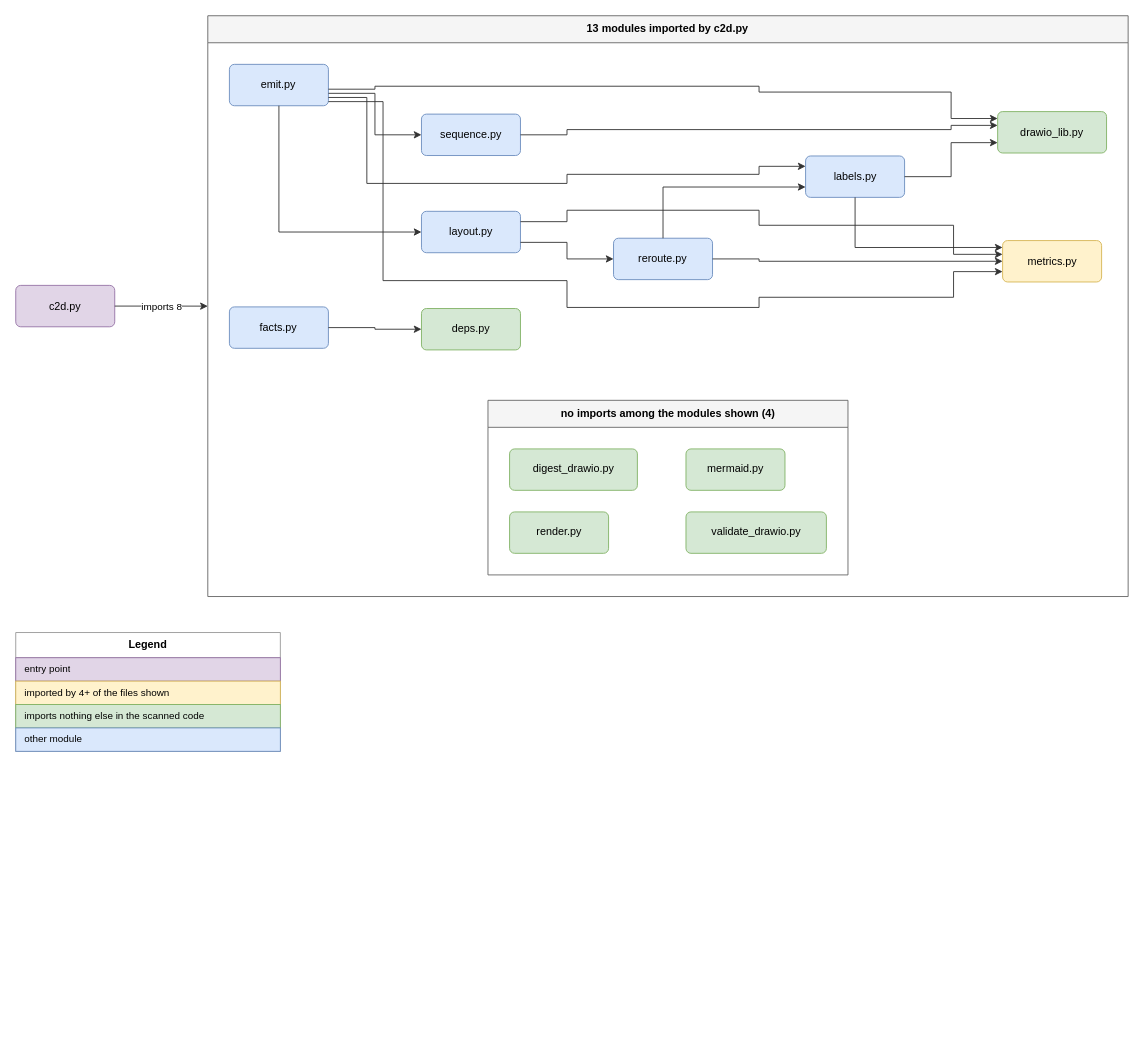
Above: examples/import-graph/import-graph.drawio in AIPris/code-to-diagram (draw.io), before the change. Source tidied: cells renumbered, new cells numbered last; positions are measured from the earlier drawing's top-left corner, leaving out a move shared by most shapes. Both pictures are drawn from the tidied source at 90%, with x=0, y=0 at pixel (15, 15).
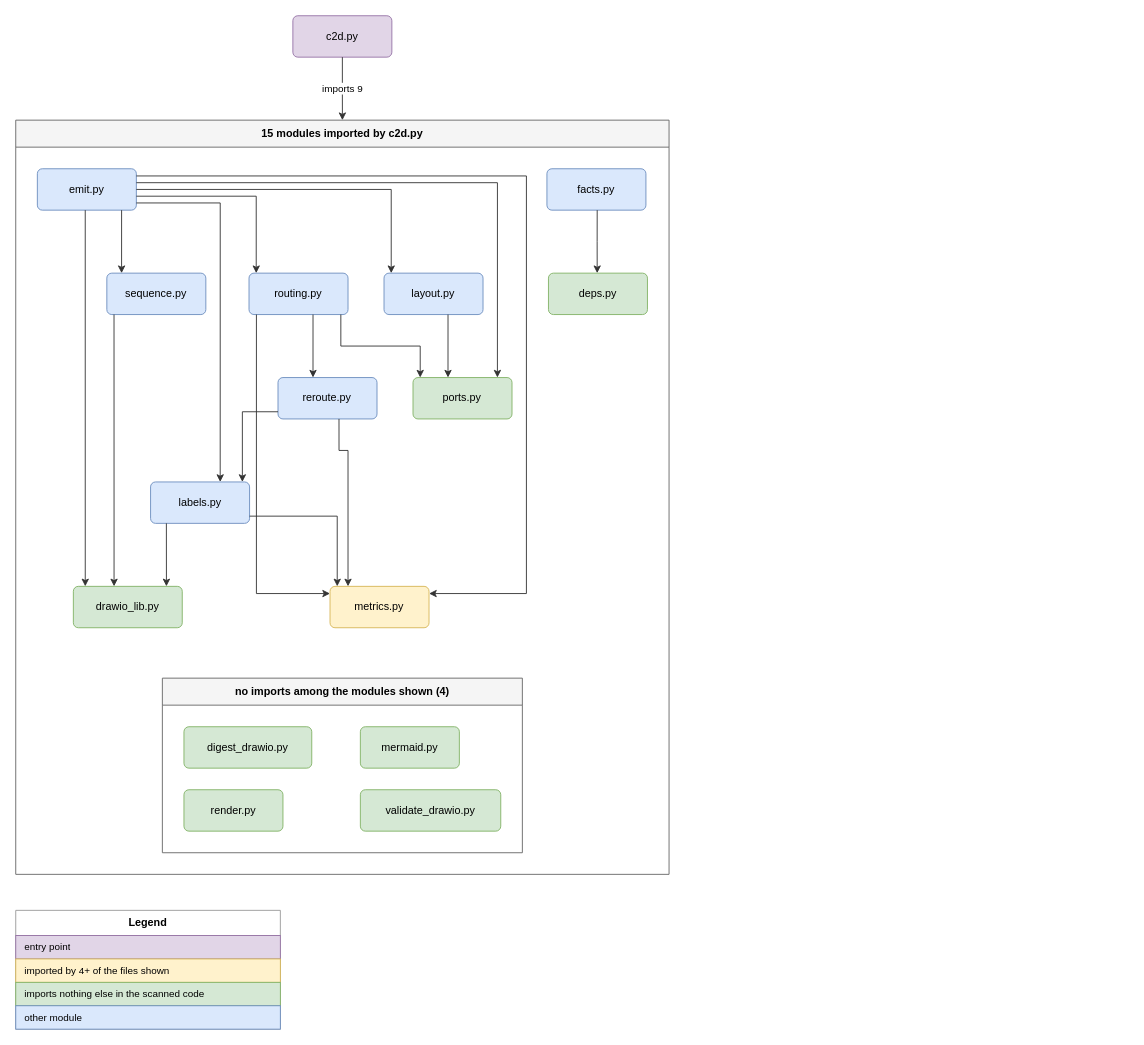
After the change.

Unchanged cells that the change refers to:
```xml
<mxCell id="6" value="emit.py" style="rounded=1;whiteSpace=wrap;html=1;arcSize=12;fillColor=#dae8fc;strokeColor=#6c8ebf;fontSize=12;" parent="2" vertex="1">
  <mxGeometry x="24" y="54" width="110" height="46" as="geometry" />
</mxCell>
```

Diff of the diagram source:
```diff
@@
-    <mxCell id="2" value="13 modules imported by c2d.py" style="swimlane;fontStyle=1;startSize=30;html=1;whiteSpace=wrap;fillColor=#f5f5f5;strokeColor=#666666;swimlaneFillColor=none;" parent="1" vertex="1">
-      <mxGeometry x="213.4" width="1022.6" height="645.3" as="geometry" />
+    <mxCell id="2" value="15 modules imported by c2d.py" style="swimlane;fontStyle=1;startSize=30;html=1;whiteSpace=wrap;fillColor=#f5f5f5;strokeColor=#666666;swimlaneFillColor=none;" parent="1" vertex="1">
+      <mxGeometry y="116" width="725.9" height="838" as="geometry" />
     </mxCell>
     <mxCell id="3" value="no imports among the modules shown (4)" style="swimlane;fontStyle=1;startSize=30;html=1;whiteSpace=wrap;fillColor=#f5f5f5;strokeColor=#666666;swimlaneFillColor=none;" parent="2" vertex="1">
-      <mxGeometry x="311.3" y="427.3" width="400" height="194" as="geometry" />
+      <mxGeometry x="162.9" y="620" width="400" height="194" as="geometry" />
     </mxCell>
     <mxCell id="4" value="deps.py" style="rounded=1;whiteSpace=wrap;html=1;arcSize=12;fillColor=#d5e8d4;strokeColor=#82b366;fontSize=12;" parent="2" vertex="1">
-      <mxGeometry x="237.4" y="325.3" width="110" height="46" as="geometry" />
+      <mxGeometry x="591.9" y="170" width="110" height="46" as="geometry" />
     </mxCell>
     <mxCell id="5" value="drawio_lib.py" style="rounded=1;whiteSpace=wrap;html=1;arcSize=12;fillColor=#d5e8d4;strokeColor=#82b366;fontSize=12;" parent="2" vertex="1">
-      <mxGeometry x="877.6" y="106.5" width="121" height="46" as="geometry" />
+      <mxGeometry x="64" y="518" width="121" height="46" as="geometry" />
     </mxCell>
@@
     <mxCell id="7" value="facts.py" style="rounded=1;whiteSpace=wrap;html=1;arcSize=12;fillColor=#dae8fc;strokeColor=#6c8ebf;fontSize=12;" parent="2" vertex="1">
-      <mxGeometry x="24" y="323.5" width="110" height="46" as="geometry" />
+      <mxGeometry x="590.2" y="54" width="110" height="46" as="geometry" />
     </mxCell>
     <mxCell id="8" value="labels.py" style="rounded=1;whiteSpace=wrap;html=1;arcSize=12;fillColor=#dae8fc;strokeColor=#6c8ebf;fontSize=12;" parent="2" vertex="1">
-      <mxGeometry x="664.2" y="155.8" width="110" height="46" as="geometry" />
+      <mxGeometry x="149.8" y="402" width="110" height="46" as="geometry" />
     </mxCell>
     <mxCell id="9" value="layout.py" style="rounded=1;whiteSpace=wrap;html=1;arcSize=12;fillColor=#dae8fc;strokeColor=#6c8ebf;fontSize=12;" parent="2" vertex="1">
-      <mxGeometry x="237.4" y="217.3" width="110" height="46" as="geometry" />
+      <mxGeometry x="409.2" y="170" width="110" height="46" as="geometry" />
     </mxCell>
     <mxCell id="10" value="metrics.py" style="rounded=1;whiteSpace=wrap;html=1;arcSize=12;fillColor=#fff2cc;strokeColor=#d6b656;fontSize=12;" parent="2" vertex="1">
-      <mxGeometry x="883.1" y="249.8" width="110" height="46" as="geometry" />
+      <mxGeometry x="349.2" y="518" width="110" height="46" as="geometry" />
     </mxCell>
+    <mxCell id="37" value="ports.py" style="rounded=1;whiteSpace=wrap;html=1;arcSize=12;fillColor=#d5e8d4;strokeColor=#82b366;fontSize=12;" parent="2" vertex="1">
+      <mxGeometry x="441.4" y="286" width="110" height="46" as="geometry" />
+    </mxCell>
     <mxCell id="11" value="reroute.py" style="rounded=1;whiteSpace=wrap;html=1;arcSize=12;fillColor=#dae8fc;strokeColor=#6c8ebf;fontSize=12;" parent="2" vertex="1">
-      <mxGeometry x="450.8" y="247.2" width="110" height="46" as="geometry" />
+      <mxGeometry x="291.4" y="286" width="110" height="46" as="geometry" />
     </mxCell>
+    <mxCell id="38" value="routing.py" style="rounded=1;whiteSpace=wrap;html=1;arcSize=12;fillColor=#dae8fc;strokeColor=#6c8ebf;fontSize=12;" parent="2" vertex="1">
+      <mxGeometry x="259.2" y="170" width="110" height="46" as="geometry" />
+    </mxCell>
     <mxCell id="12" value="sequence.py" style="rounded=1;whiteSpace=wrap;html=1;arcSize=12;fillColor=#dae8fc;strokeColor=#6c8ebf;fontSize=12;" parent="2" vertex="1">
-      <mxGeometry x="237.4" y="109.3" width="110" height="46" as="geometry" />
+      <mxGeometry x="101.2" y="170" width="110" height="46" as="geometry" />
     </mxCell>
@@
     <mxCell id="17" value="c2d.py" style="rounded=1;whiteSpace=wrap;html=1;arcSize=12;fillColor=#e1d5e7;strokeColor=#9673a6;fontSize=12;" parent="1" vertex="1">
-      <mxGeometry y="299.6" width="110" height="46" as="geometry" />
+      <mxGeometry x="307.9" width="110" height="46" as="geometry" />
     </mxCell>
-    <mxCell id="18" value="imports 8" style="edgeStyle=orthogonalEdgeStyle;rounded=0;html=1;strokeColor=#333333;fontSize=11;labelBackgroundColor=#ffffff;endArrow=classic;exitX=1.000;exitY=0.500;exitDx=0;exitDy=0;entryX=0.000;entryY=0.500;entryDx=0;entryDy=0;" parent="1" edge="1" source="17" target="2">
-      <mxGeometry relative="1" as="geometry" />
-    </mxCell>
-    <mxCell id="19" style="edgeStyle=orthogonalEdgeStyle;rounded=0;html=1;strokeColor=#333333;fontSize=11;labelBackgroundColor=#ffffff;endArrow=classic;exitX=1.000;exitY=0.600;exitDx=0;exitDy=0;entryX=0.000;entryY=0.167;entryDx=0;entryDy=0;" parent="1" edge="1" source="6" target="5">
-      <mxGeometry relative="1" as="geometry">
-        <Array as="points">
-          <mxPoint x="399.1" y="81.6" />
-          <mxPoint x="399.1" y="78.3" />
-          <mxPoint x="825.9" y="79.5" />
-          <mxPoint x="825.9" y="84.8" />
-          <mxPoint x="1039.3" y="84.8" />
-          <mxPoint x="1039.3" y="114.2" />
-        </Array>
-      </mxGeometry>
-    </mxCell>
-    <mxCell id="20" style="edgeStyle=orthogonalEdgeStyle;rounded=0;html=1;strokeColor=#333333;fontSize=11;labelBackgroundColor=#ffffff;endArrow=classic;exitX=0.500;exitY=1.000;exitDx=0;exitDy=0;entryX=0.000;entryY=0.500;entryDx=0;entryDy=0;" parent="1" edge="1" source="6" target="9">
+    <mxCell id="20" value="imports 9" style="edgeStyle=orthogonalEdgeStyle;rounded=0;html=1;strokeColor=#333333;fontSize=11;labelBackgroundColor=#ffffff;endArrow=classic;exitX=0.5000;exitY=1.0000;exitDx=0;exitDy=0;entryX=0.5000;entryY=0.0000;entryDx=0;entryDy=0;" parent="1" edge="1" source="17" target="2">
       <mxGeometry relative="1" as="geometry" />
     </mxCell>
-    <mxCell id="21" style="edgeStyle=orthogonalEdgeStyle;rounded=0;html=1;strokeColor=#333333;fontSize=11;labelBackgroundColor=#ffffff;endArrow=classic;exitX=1.000;exitY=0.700;exitDx=0;exitDy=0;entryX=0.000;entryY=0.500;entryDx=0;entryDy=0;" parent="1" edge="1" source="6" target="12">
-      <mxGeometry relative="1" as="geometry">
-        <Array as="points">
-          <mxPoint x="399.1" y="86.2" />
-          <mxPoint x="399.1" y="132.3" />
-        </Array>
-      </mxGeometry>
+    <mxCell id="21" style="edgeStyle=orthogonalEdgeStyle;rounded=0;html=1;strokeColor=#333333;fontSize=11;labelBackgroundColor=#ffffff;endArrow=classic;exitX=0.4837;exitY=1.0000;exitDx=0;exitDy=0;entryX=0.1093;entryY=0.0000;entryDx=0;entryDy=0;" parent="1" edge="1" source="6" target="5">
+      <mxGeometry relative="1" as="geometry" />
     </mxCell>
-    <mxCell id="22" style="edgeStyle=orthogonalEdgeStyle;rounded=0;html=1;strokeColor=#333333;fontSize=11;labelBackgroundColor=#ffffff;endArrow=classic;exitX=1.000;exitY=0.800;exitDx=0;exitDy=0;entryX=0.000;entryY=0.250;entryDx=0;entryDy=0;" parent="1" edge="1" source="6" target="8">
-      <mxGeometry relative="1" as="geometry">
-        <Array as="points">
-          <mxPoint x="390.1" y="90.8" />
-          <mxPoint x="390.1" y="186.3" />
-          <mxPoint x="612.5" y="186.3" />
-          <mxPoint x="612.5" y="176.2" />
-          <mxPoint x="825.9" y="176.2" />
-          <mxPoint x="825.9" y="167.3" />
-        </Array>
-      </mxGeometry>
+    <mxCell id="22" style="edgeStyle=orthogonalEdgeStyle;rounded=0;html=1;strokeColor=#333333;fontSize=11;labelBackgroundColor=#ffffff;endArrow=classic;exitX=1.0000;exitY=0.5000;exitDx=0;exitDy=0;entryX=0.0727;entryY=0.0000;entryDx=0;entryDy=0;" parent="1" edge="1" source="6" target="9">
+      <mxGeometry relative="1" as="geometry" />
     </mxCell>
-    <mxCell id="23" style="edgeStyle=orthogonalEdgeStyle;rounded=0;html=1;strokeColor=#333333;fontSize=11;labelBackgroundColor=#ffffff;endArrow=classic;exitX=1.000;exitY=0.900;exitDx=0;exitDy=0;entryX=0.000;entryY=0.750;entryDx=0;entryDy=0;" parent="1" edge="1" source="6" target="10">
+    <mxCell id="23" style="edgeStyle=orthogonalEdgeStyle;rounded=0;html=1;strokeColor=#333333;fontSize=11;labelBackgroundColor=#ffffff;endArrow=classic;exitX=1.0000;exitY=0.3370;exitDx=0;exitDy=0;entryX=0.8525;entryY=0.0000;entryDx=0;entryDy=0;" parent="1" edge="1" source="6" target="37">
       <mxGeometry relative="1" as="geometry">
         <Array as="points">
-          <mxPoint x="408.1" y="95.4" />
-          <mxPoint x="408.1" y="294.3" />
-          <mxPoint x="612.5" y="294.3" />
-          <mxPoint x="612.5" y="324.1" />
-          <mxPoint x="825.9" y="324.1" />
-          <mxPoint x="825.9" y="312.8" />
-          <mxPoint x="1042" y="312.8" />
-          <mxPoint x="1042" y="284.3" />
+          <mxPoint x="535.2" y="185.5" />
         </Array>
       </mxGeometry>
     </mxCell>
-    <mxCell id="24" style="edgeStyle=orthogonalEdgeStyle;rounded=0;html=1;strokeColor=#333333;fontSize=11;labelBackgroundColor=#ffffff;endArrow=classic;exitX=1.000;exitY=0.500;exitDx=0;exitDy=0;entryX=0.000;entryY=0.500;entryDx=0;entryDy=0;" parent="1" edge="1" source="7" target="4">
+    <mxCell id="24" style="edgeStyle=orthogonalEdgeStyle;rounded=0;html=1;strokeColor=#333333;fontSize=11;labelBackgroundColor=#ffffff;endArrow=classic;exitX=1.0000;exitY=0.6630;exitDx=0;exitDy=0;entryX=0.0727;entryY=0.0000;entryDx=0;entryDy=0;" parent="1" edge="1" source="6" target="38">
       <mxGeometry relative="1" as="geometry" />
     </mxCell>
-    <mxCell id="25" style="edgeStyle=orthogonalEdgeStyle;rounded=0;html=1;strokeColor=#333333;fontSize=11;labelBackgroundColor=#ffffff;endArrow=classic;exitX=1.000;exitY=0.500;exitDx=0;exitDy=0;entryX=0.000;entryY=0.750;entryDx=0;entryDy=0;" parent="1" edge="1" source="8" target="5">
-      <mxGeometry relative="1" as="geometry">
-        <Array as="points">
-          <mxPoint x="1039.3" y="178.8" />
-          <mxPoint x="1039.3" y="141" />
-        </Array>
-      </mxGeometry>
+    <mxCell id="25" style="edgeStyle=orthogonalEdgeStyle;rounded=0;html=1;strokeColor=#333333;fontSize=11;labelBackgroundColor=#ffffff;endArrow=classic;exitX=0.8510;exitY=1.0000;exitDx=0;exitDy=0;entryX=0.1490;entryY=0.0000;entryDx=0;entryDy=0;" parent="1" edge="1" source="6" target="12">
+      <mxGeometry relative="1" as="geometry" />
     </mxCell>
-    <mxCell id="26" style="edgeStyle=orthogonalEdgeStyle;rounded=0;html=1;strokeColor=#333333;fontSize=11;labelBackgroundColor=#ffffff;endArrow=classic;exitX=0.500;exitY=1.000;exitDx=0;exitDy=0;entryX=0.000;entryY=0.167;entryDx=0;entryDy=0;" parent="1" edge="1" source="8" target="10">
-      <mxGeometry relative="1" as="geometry" />
+    <mxCell id="26" style="edgeStyle=orthogonalEdgeStyle;rounded=0;html=1;strokeColor=#333333;fontSize=11;labelBackgroundColor=#ffffff;endArrow=classic;exitX=1.0000;exitY=0.8261;exitDx=0;exitDy=0;entryX=0.7033;entryY=0.0000;entryDx=0;entryDy=0;" parent="1" edge="1" source="6" target="8">
+      <mxGeometry relative="1" as="geometry">
+        <Array as="points">
+          <mxPoint x="227.2" y="208" />
+        </Array>
+      </mxGeometry>
     </mxCell>
-    <mxCell id="27" style="edgeStyle=orthogonalEdgeStyle;rounded=0;html=1;strokeColor=#333333;fontSize=11;labelBackgroundColor=#ffffff;endArrow=classic;exitX=1.000;exitY=0.250;exitDx=0;exitDy=0;entryX=0.000;entryY=0.333;entryDx=0;entryDy=0;" parent="1" edge="1" source="9" target="10">
+    <mxCell id="27" style="edgeStyle=orthogonalEdgeStyle;rounded=0;html=1;strokeColor=#333333;fontSize=11;labelBackgroundColor=#ffffff;endArrow=classic;exitX=1.0000;exitY=0.1739;exitDx=0;exitDy=0;entryX=1.0000;entryY=0.1739;entryDx=0;entryDy=0;" parent="1" edge="1" source="6" target="10">
       <mxGeometry relative="1" as="geometry">
         <Array as="points">
-          <mxPoint x="612.5" y="228.8" />
-          <mxPoint x="612.5" y="216.1" />
-          <mxPoint x="825.9" y="216.1" />
-          <mxPoint x="825.9" y="232.8" />
-          <mxPoint x="1042" y="232.8" />
-          <mxPoint x="1042" y="265.1" />
+          <mxPoint x="567.4" y="178" />
+          <mxPoint x="567.4" y="642" />
         </Array>
       </mxGeometry>
     </mxCell>
-    <mxCell id="28" style="edgeStyle=orthogonalEdgeStyle;rounded=0;html=1;strokeColor=#333333;fontSize=11;labelBackgroundColor=#ffffff;endArrow=classic;exitX=1.000;exitY=0.750;exitDx=0;exitDy=0;entryX=0.000;entryY=0.500;entryDx=0;entryDy=0;" parent="1" edge="1" source="9" target="11">
-      <mxGeometry relative="1" as="geometry">
-        <Array as="points">
-          <mxPoint x="612.5" y="251.8" />
-          <mxPoint x="612.5" y="270.1" />
-        </Array>
-      </mxGeometry>
+    <mxCell id="28" style="edgeStyle=orthogonalEdgeStyle;rounded=0;html=1;strokeColor=#333333;fontSize=11;labelBackgroundColor=#ffffff;endArrow=classic;exitX=0.5077;exitY=1.0000;exitDx=0;exitDy=0;entryX=0.4923;entryY=0.0000;entryDx=0;entryDy=0;" parent="1" edge="1" source="7" target="4">
+      <mxGeometry relative="1" as="geometry" />
     </mxCell>
-    <mxCell id="29" style="edgeStyle=orthogonalEdgeStyle;rounded=0;html=1;strokeColor=#333333;fontSize=11;labelBackgroundColor=#ffffff;endArrow=classic;exitX=0.500;exitY=0.000;exitDx=0;exitDy=0;entryX=0.000;entryY=0.750;entryDx=0;entryDy=0;" parent="1" edge="1" source="11" target="8">
+    <mxCell id="29" style="edgeStyle=orthogonalEdgeStyle;rounded=0;html=1;strokeColor=#333333;fontSize=11;labelBackgroundColor=#ffffff;endArrow=classic;exitX=0.1597;exitY=1.0000;exitDx=0;exitDy=0;entryX=0.8548;entryY=0.0000;entryDx=0;entryDy=0;" parent="1" edge="1" source="8" target="5">
       <mxGeometry relative="1" as="geometry" />
     </mxCell>
-    <mxCell id="30" style="edgeStyle=orthogonalEdgeStyle;rounded=0;html=1;strokeColor=#333333;fontSize=11;labelBackgroundColor=#ffffff;endArrow=classic;exitX=1.000;exitY=0.500;exitDx=0;exitDy=0;entryX=0.000;entryY=0.500;entryDx=0;entryDy=0;" parent="1" edge="1" source="11" target="10">
-      <mxGeometry relative="1" as="geometry">
-        <Array as="points">
-          <mxPoint x="825.9" y="270.1" />
-          <mxPoint x="825.9" y="272.8" />
-        </Array>
-      </mxGeometry>
+    <mxCell id="30" style="edgeStyle=orthogonalEdgeStyle;rounded=0;html=1;strokeColor=#333333;fontSize=11;labelBackgroundColor=#ffffff;endArrow=classic;exitX=1.0000;exitY=0.8261;exitDx=0;exitDy=0;entryX=0.0727;entryY=0.0000;entryDx=0;entryDy=0;" parent="1" edge="1" source="8" target="10">
+      <mxGeometry relative="1" as="geometry" />
     </mxCell>
-    <mxCell id="31" style="edgeStyle=orthogonalEdgeStyle;rounded=0;html=1;strokeColor=#333333;fontSize=11;labelBackgroundColor=#ffffff;endArrow=classic;exitX=1.000;exitY=0.500;exitDx=0;exitDy=0;entryX=0.000;entryY=0.333;entryDx=0;entryDy=0;" parent="1" edge="1" source="12" target="5">
-      <mxGeometry relative="1" as="geometry">
-        <Array as="points">
-          <mxPoint x="612.5" y="132.3" />
-          <mxPoint x="612.5" y="126.5" />
-          <mxPoint x="1039.3" y="124.8" />
-          <mxPoint x="1039.3" y="121.8" />
-        </Array>
-      </mxGeometry>
+    <mxCell id="31" style="edgeStyle=orthogonalEdgeStyle;rounded=0;html=1;strokeColor=#333333;fontSize=11;labelBackgroundColor=#ffffff;endArrow=classic;exitX=0.6465;exitY=1.0000;exitDx=0;exitDy=0;entryX=0.3535;entryY=0.0000;entryDx=0;entryDy=0;" parent="1" edge="1" source="9" target="37">
+      <mxGeometry relative="1" as="geometry" />
     </mxCell>
+    <mxCell id="39" style="edgeStyle=orthogonalEdgeStyle;rounded=0;html=1;strokeColor=#333333;fontSize=11;labelBackgroundColor=#ffffff;endArrow=classic;exitX=0.0000;exitY=0.8261;exitDx=0;exitDy=0;entryX=0.9273;entryY=0.0000;entryDx=0;entryDy=0;" parent="1" edge="1" source="11" target="8">
+      <mxGeometry relative="1" as="geometry" />
+    </mxCell>
+    <mxCell id="40" style="edgeStyle=orthogonalEdgeStyle;rounded=0;html=1;strokeColor=#333333;fontSize=11;labelBackgroundColor=#ffffff;endArrow=classic;exitX=0.6160;exitY=1.0000;exitDx=0;exitDy=0;entryX=0.1818;entryY=0.0000;entryDx=0;entryDy=0;" parent="1" edge="1" source="11" target="10">
+      <mxGeometry relative="1" as="geometry">
+        <Array as="points">
+          <mxPoint x="359.2" y="483" />
+          <mxPoint x="369.2" y="483" />
+        </Array>
+      </mxGeometry>
+    </mxCell>
+    <mxCell id="41" style="edgeStyle=orthogonalEdgeStyle;rounded=0;html=1;strokeColor=#333333;fontSize=11;labelBackgroundColor=#ffffff;endArrow=classic;exitX=0.0748;exitY=1.0000;exitDx=0;exitDy=0;entryX=0.0000;entryY=0.1739;entryDx=0;entryDy=0;" parent="1" edge="1" source="38" target="10">
+      <mxGeometry relative="1" as="geometry">
+        <Array as="points">
+          <mxPoint x="267.4" y="642" />
+        </Array>
+      </mxGeometry>
+    </mxCell>
+    <mxCell id="42" style="edgeStyle=orthogonalEdgeStyle;rounded=0;html=1;strokeColor=#333333;fontSize=11;labelBackgroundColor=#ffffff;endArrow=classic;exitX=0.9273;exitY=1.0000;exitDx=0;exitDy=0;entryX=0.0727;entryY=0.0000;entryDx=0;entryDy=0;" parent="1" edge="1" source="38" target="37">
+      <mxGeometry relative="1" as="geometry">
+        <Array as="points">
+          <mxPoint x="361.2" y="367" />
+          <mxPoint x="449.4" y="367" />
+        </Array>
+      </mxGeometry>
+    </mxCell>
+    <mxCell id="43" style="edgeStyle=orthogonalEdgeStyle;rounded=0;html=1;strokeColor=#333333;fontSize=11;labelBackgroundColor=#ffffff;endArrow=classic;exitX=0.6465;exitY=1.0000;exitDx=0;exitDy=0;entryX=0.3535;entryY=0.0000;entryDx=0;entryDy=0;" parent="1" edge="1" source="38" target="11">
+      <mxGeometry relative="1" as="geometry" />
+    </mxCell>
+    <mxCell id="44" style="edgeStyle=orthogonalEdgeStyle;rounded=0;html=1;strokeColor=#333333;fontSize=11;labelBackgroundColor=#ffffff;endArrow=classic;exitX=0.0727;exitY=1.0000;exitDx=0;exitDy=0;entryX=0.3738;entryY=0.0000;entryDx=0;entryDy=0;" parent="1" edge="1" source="12" target="5">
+      <mxGeometry relative="1" as="geometry" />
+    </mxCell>
     <mxCell id="32" value="Legend" style="swimlane;fontStyle=1;horizontal=1;startSize=28;whiteSpace=wrap;html=1;fillColor=#ffffff;strokeColor=#999999;" parent="1" vertex="1">
-      <mxGeometry y="685.3" width="294" height="132" as="geometry" />
+      <mxGeometry y="994" width="294" height="132" as="geometry" />
     </mxCell>
```
